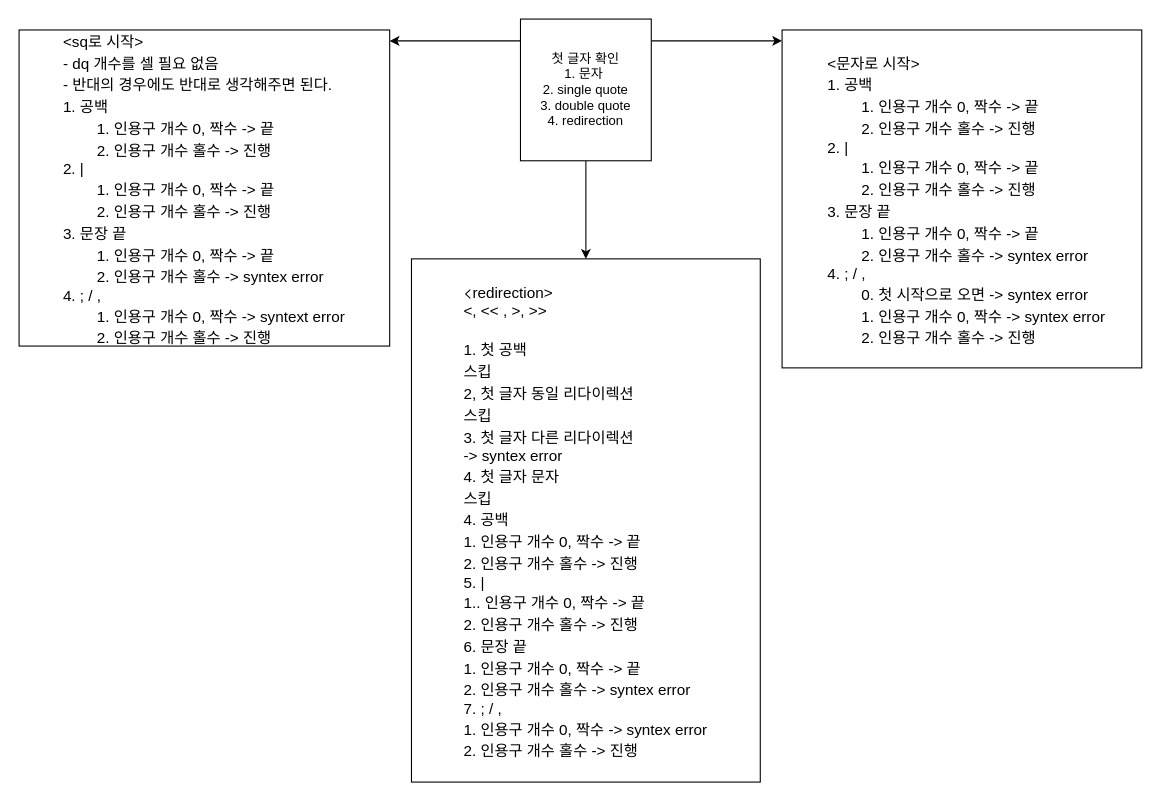
This is page "chunk 작업 방식" (3 of 3) of Minishell.drawio from Eingerjar/Minishell, a draw.io file, before an edit. Source tidied: cells renumbered, new cells numbered last; positions are measured from the earlier drawing's top-left corner, leaving out a move shared by most shapes. Both pictures are drawn from the tidied source at 109%, with x=0, y=0 at pixel (19, 19).
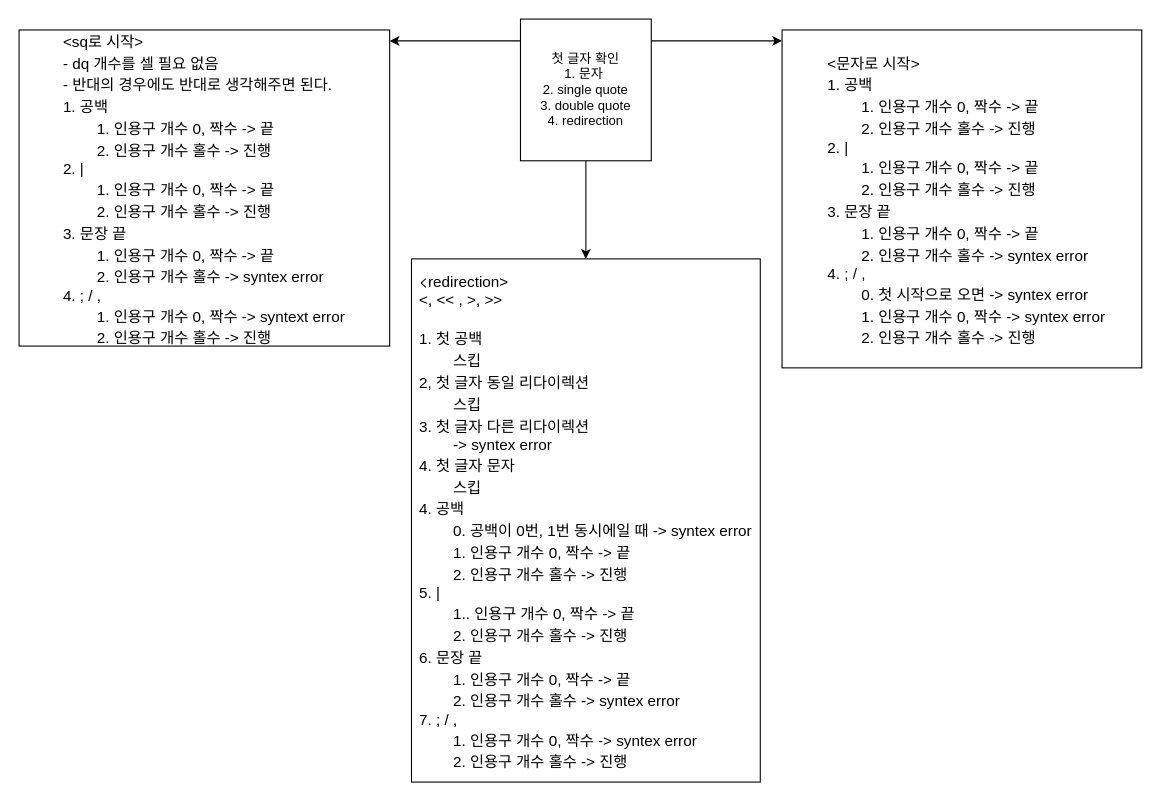
The same diagram, later.

Commit message (it also covers changes not shown here):
<Update list> 1. Add welchs front and clear screen feature. 2. Build parse error check (80%)

What changed in the source:
```diff
@@
-    <mxCell id="8" value="&lt;p style=&quot;margin: 0px; font-variant-numeric: normal; font-variant-east-asian: normal; font-stretch: normal; font-size: 14px; line-height: normal; font-family: &amp;quot;Apple SD Gothic Neo&amp;quot;; text-align: start;&quot; class=&quot;p1&quot;&gt;&lt;span style=&quot;font-variant-numeric: normal; font-variant-east-asian: normal; font-stretch: normal; line-height: normal; font-family: &amp;quot;Helvetica Neue&amp;quot;;&quot; class=&quot;s1&quot;&gt;&amp;lt;&lt;/span&gt;redirection&amp;gt;&lt;/p&gt;&lt;p style=&quot;margin: 0px; font-variant-numeric: normal; font-variant-east-asian: normal; font-stretch: normal; font-size: 14px; line-height: normal; font-family: &amp;quot;Apple SD Gothic Neo&amp;quot;; text-align: start;&quot; class=&quot;p1&quot;&gt;&amp;lt;, &amp;lt;&amp;lt; , &amp;gt;, &amp;gt;&amp;gt;&lt;/p&gt;&lt;p style=&quot;margin: 0px; font-variant-numeric: normal; font-variant-east-asian: normal; font-stretch: normal; font-size: 14px; line-height: normal; font-family: &amp;quot;Apple SD Gothic Neo&amp;quot;; min-height: 17px; text-align: start;&quot; class=&quot;p2&quot;&gt;&lt;br&gt;&lt;/p&gt;&lt;p style=&quot;margin: 0px; font-variant-numeric: normal; font-variant-east-asian: normal; font-stretch: normal; font-size: 14px; line-height: normal; font-family: &amp;quot;Apple SD Gothic Neo&amp;quot;; text-align: start;&quot; class=&quot;p1&quot;&gt;1. 첫 공백&lt;/p&gt;&lt;p style=&quot;margin: 0px; font-variant-numeric: normal; font-variant-east-asian: normal; font-stretch: normal; font-size: 14px; line-height: normal; font-family: &amp;quot;Apple SD Gothic Neo&amp;quot;; text-align: start;&quot; class=&quot;p1&quot;&gt;&lt;span style=&quot;&quot; class=&quot;Apple-tab-span&quot;&gt;&#9;&lt;/span&gt;스킵&lt;/p&gt;&lt;p style=&quot;margin: 0px; font-variant-numeric: normal; font-variant-east-asian: normal; font-stretch: normal; font-size: 14px; line-height: normal; font-family: &amp;quot;Apple SD Gothic Neo&amp;quot;; text-align: start;&quot; class=&quot;p1&quot;&gt;2, 첫 글자 동일 리다이렉션&lt;span class=&quot;Apple-converted-space&quot;&gt;&amp;nbsp;&lt;/span&gt;&lt;/p&gt;&lt;p style=&quot;margin: 0px; font-variant-numeric: normal; font-variant-east-asian: normal; font-stretch: normal; font-size: 14px; line-height: normal; font-family: &amp;quot;Apple SD Gothic Neo&amp;quot;; text-align: start;&quot; class=&quot;p1&quot;&gt;&lt;span style=&quot;&quot; class=&quot;Apple-tab-span&quot;&gt;&#9;&lt;/span&gt;스킵&lt;span class=&quot;Apple-converted-space&quot;&gt;&amp;nbsp;&lt;/span&gt;&lt;/p&gt;&lt;p style=&quot;margin: 0px; font-variant-numeric: normal; font-variant-east-asian: normal; font-stretch: normal; font-size: 14px; line-height: normal; font-family: &amp;quot;Apple SD Gothic Neo&amp;quot;; text-align: start;&quot; class=&quot;p1&quot;&gt;3. 첫 글자 다른 리다이렉션&lt;span class=&quot;Apple-converted-space&quot;&gt;&amp;nbsp;&lt;/span&gt;&lt;/p&gt;&lt;p style=&quot;margin: 0px; font-variant-numeric: normal; font-variant-east-asian: normal; font-stretch: normal; font-size: 14px; line-height: normal; font-family: &amp;quot;Apple SD Gothic Neo&amp;quot;; text-align: start;&quot; class=&quot;p1&quot;&gt;&lt;span style=&quot;&quot; class=&quot;Apple-tab-span&quot;&gt;&#9;&lt;/span&gt;-&amp;gt; syntex error&lt;/p&gt;&lt;p style=&quot;margin: 0px; font-variant-numeric: normal; font-variant-east-asian: normal; font-stretch: normal; font-size: 14px; line-height: normal; font-family: &amp;quot;Apple SD Gothic Neo&amp;quot;; text-align: start;&quot; class=&quot;p1&quot;&gt;4. 첫 글자 문자&lt;/p&gt;&lt;p style=&quot;margin: 0px; font-variant-numeric: normal; font-variant-east-asian: normal; font-stretch: normal; font-size: 14px; line-height: normal; font-family: &amp;quot;Apple SD Gothic Neo&amp;quot;; text-align: start;&quot; class=&quot;p1&quot;&gt;&lt;span style=&quot;&quot; class=&quot;Apple-tab-span&quot;&gt;&#9;&lt;/span&gt;스킵&lt;/p&gt;&lt;p style=&quot;margin: 0px; font-variant-numeric: normal; font-variant-east-asian: normal; font-stretch: normal; font-size: 14px; line-height: normal; font-family: &amp;quot;Apple SD Gothic Neo&amp;quot;; text-align: start;&quot; class=&quot;p1&quot;&gt;4. 공백&lt;span class=&quot;Apple-converted-space&quot;&gt;&amp;nbsp;&lt;/span&gt;&lt;/p&gt;&lt;p style=&quot;margin: 0px; font-variant-numeric: normal; font-variant-east-asian: normal; font-stretch: normal; font-size: 14px; line-height: normal; font-family: &amp;quot;Apple SD Gothic Neo&amp;quot;; text-align: start;&quot; class=&quot;p1&quot;&gt;&lt;span style=&quot;&quot; class=&quot;Apple-tab-span&quot;&gt;&#9;&lt;/span&gt;1. 인용구 개수 0, 짝수 -&amp;gt; 끝&lt;span class=&quot;Apple-converted-space&quot;&gt;&amp;nbsp;&lt;/span&gt;&lt;/p&gt;&lt;p style=&quot;margin: 0px; font-variant-numeric: normal; font-variant-east-asian: normal; font-stretch: normal; font-size: 14px; line-height: normal; font-family: &amp;quot;Apple SD Gothic Neo&amp;quot;; text-align: start;&quot; class=&quot;p1&quot;&gt;&lt;span style=&quot;&quot; class=&quot;Apple-tab-span&quot;&gt;&#9;&lt;/span&gt;2. 인용구 개수 홀수 -&amp;gt; 진행&lt;/p&gt;&lt;p style=&quot;margin: 0px; font-variant-numeric: normal; font-variant-east-asian: normal; font-stretch: normal; font-size: 14px; line-height: normal; font-family: &amp;quot;Apple SD Gothic Neo&amp;quot;; text-align: start;&quot; class=&quot;p1&quot;&gt;5. |&lt;/p&gt;&lt;p style=&quot;margin: 0px; font-variant-numeric: normal; font-variant-east-asian: normal; font-stretch: normal; font-size: 14px; line-height: normal; font-family: &amp;quot;Apple SD Gothic Neo&amp;quot;; text-align: start;&quot; class=&quot;p1&quot;&gt;&lt;span style=&quot;&quot; class=&quot;Apple-tab-span&quot;&gt;&#9;&lt;/span&gt;1.. 인용구 개수 0, 짝수 -&amp;gt; 끝&lt;/p&gt;&lt;p style=&quot;margin: 0px; font-variant-numeric: normal; font-variant-east-asian: normal; font-stretch: normal; font-size: 14px; line-height: normal; font-family: &amp;quot;Apple SD Gothic Neo&amp;quot;; text-align: start;&quot; class=&quot;p1&quot;&gt;&lt;span style=&quot;&quot; class=&quot;Apple-tab-span&quot;&gt;&#9;&lt;/span&gt;2. 인용구 개수 홀수 -&amp;gt; 진행&lt;span class=&quot;Apple-converted-space&quot;&gt;&amp;nbsp;&lt;/span&gt;&lt;/p&gt;&lt;p style=&quot;margin: 0px; font-variant-numeric: normal; font-variant-east-asian: normal; font-stretch: normal; font-size: 14px; line-height: normal; font-family: &amp;quot;Apple SD Gothic Neo&amp;quot;; text-align: start;&quot; class=&quot;p1&quot;&gt;6. 문장 끝&lt;span class=&quot;Apple-converted-space&quot;&gt;&amp;nbsp;&lt;/span&gt;&lt;/p&gt;&lt;p style=&quot;margin: 0px; font-variant-numeric: normal; font-variant-east-asian: normal; font-stretch: normal; font-size: 14px; line-height: normal; font-family: &amp;quot;Apple SD Gothic Neo&amp;quot;; text-align: start;&quot; class=&quot;p1&quot;&gt;&lt;span style=&quot;&quot; class=&quot;Apple-tab-span&quot;&gt;&#9;&lt;/span&gt;1. 인용구 개수 0, 짝수 -&amp;gt; 끝&lt;/p&gt;&lt;p style=&quot;margin: 0px; font-variant-numeric: normal; font-variant-east-asian: normal; font-stretch: normal; font-size: 14px; line-height: normal; font-family: &amp;quot;Apple SD Gothic Neo&amp;quot;; text-align: start;&quot; class=&quot;p1&quot;&gt;&lt;span style=&quot;&quot; class=&quot;Apple-tab-span&quot;&gt;&#9;&lt;/span&gt;2. 인용구 개수 홀수 -&amp;gt; syntex error&lt;/p&gt;&lt;p style=&quot;margin: 0px; font-variant-numeric: normal; font-variant-east-asian: normal; font-stretch: normal; font-size: 14px; line-height: normal; font-family: &amp;quot;Apple SD Gothic Neo&amp;quot;; text-align: start;&quot; class=&quot;p1&quot;&gt;7. ; / ,&lt;/p&gt;&lt;p style=&quot;margin: 0px; font-variant-numeric: normal; font-variant-east-asian: normal; font-stretch: normal; font-size: 14px; line-height: normal; font-family: &amp;quot;Apple SD Gothic Neo&amp;quot;; text-align: start;&quot; class=&quot;p1&quot;&gt;&lt;span style=&quot;&quot; class=&quot;Apple-tab-span&quot;&gt;&#9;&lt;/span&gt;1. 인용구 개수 0, 짝수 -&amp;gt; syntex error&lt;/p&gt;&lt;p style=&quot;margin: 0px; font-variant-numeric: normal; font-variant-east-asian: normal; font-stretch: normal; font-size: 14px; line-height: normal; font-family: &amp;quot;Apple SD Gothic Neo&amp;quot;; text-align: start;&quot; class=&quot;p1&quot;&gt;&lt;span style=&quot;&quot; class=&quot;Apple-tab-span&quot;&gt;&#9;&lt;/span&gt;2. 인용구 개수 홀수 -&amp;gt; 진행&lt;/p&gt;" style="rounded=0;whiteSpace=wrap;html=1;" parent="1" vertex="1">
+    <mxCell id="8" value="&lt;p style=&quot;margin: 0px; font-variant-numeric: normal; font-variant-east-asian: normal; font-stretch: normal; font-size: 14px; line-height: normal; font-family: &amp;quot;Apple SD Gothic Neo&amp;quot;; text-align: start;&quot; class=&quot;p1&quot;&gt;&lt;span style=&quot;font-variant-numeric: normal; font-variant-east-asian: normal; font-stretch: normal; line-height: normal; font-family: &amp;quot;Helvetica Neue&amp;quot;;&quot; class=&quot;s1&quot;&gt;&amp;lt;&lt;/span&gt;redirection&amp;gt;&lt;/p&gt;&lt;p style=&quot;margin: 0px; font-variant-numeric: normal; font-variant-east-asian: normal; font-stretch: normal; font-size: 14px; line-height: normal; font-family: &amp;quot;Apple SD Gothic Neo&amp;quot;; text-align: start;&quot; class=&quot;p1&quot;&gt;&amp;lt;, &amp;lt;&amp;lt; , &amp;gt;, &amp;gt;&amp;gt;&lt;/p&gt;&lt;p style=&quot;margin: 0px; font-variant-numeric: normal; font-variant-east-asian: normal; font-stretch: normal; font-size: 14px; line-height: normal; font-family: &amp;quot;Apple SD Gothic Neo&amp;quot;; min-height: 17px; text-align: start;&quot; class=&quot;p2&quot;&gt;&lt;br&gt;&lt;/p&gt;&lt;p style=&quot;margin: 0px; font-variant-numeric: normal; font-variant-east-asian: normal; font-stretch: normal; font-size: 14px; line-height: normal; font-family: &amp;quot;Apple SD Gothic Neo&amp;quot;; text-align: start;&quot; class=&quot;p1&quot;&gt;1. 첫 공백&lt;/p&gt;&lt;p style=&quot;margin: 0px; font-variant-numeric: normal; font-variant-east-asian: normal; font-stretch: normal; font-size: 14px; line-height: normal; font-family: &amp;quot;Apple SD Gothic Neo&amp;quot;; text-align: start;&quot; class=&quot;p1&quot;&gt;&lt;span style=&quot;&quot; class=&quot;Apple-tab-span&quot;&gt;&#9;&lt;/span&gt;&lt;span style=&quot;white-space: pre;&quot;&gt;&#9;&lt;/span&gt;스킵&lt;/p&gt;&lt;p style=&quot;margin: 0px; font-variant-numeric: normal; font-variant-east-asian: normal; font-stretch: normal; font-size: 14px; line-height: normal; font-family: &amp;quot;Apple SD Gothic Neo&amp;quot;; text-align: start;&quot; class=&quot;p1&quot;&gt;2, 첫 글자 동일 리다이렉션&lt;span class=&quot;Apple-converted-space&quot;&gt;&amp;nbsp;&lt;/span&gt;&lt;/p&gt;&lt;p style=&quot;margin: 0px; font-variant-numeric: normal; font-variant-east-asian: normal; font-stretch: normal; font-size: 14px; line-height: normal; font-family: &amp;quot;Apple SD Gothic Neo&amp;quot;; text-align: start;&quot; class=&quot;p1&quot;&gt;&lt;span style=&quot;&quot; class=&quot;Apple-tab-span&quot;&gt;&#9;&lt;/span&gt;&lt;span style=&quot;white-space: pre;&quot;&gt;&#9;&lt;/span&gt;스킵&lt;span class=&quot;Apple-converted-space&quot;&gt;&amp;nbsp;&lt;/span&gt;&lt;/p&gt;&lt;p style=&quot;margin: 0px; font-variant-numeric: normal; font-variant-east-asian: normal; font-stretch: normal; font-size: 14px; line-height: normal; font-family: &amp;quot;Apple SD Gothic Neo&amp;quot;; text-align: start;&quot; class=&quot;p1&quot;&gt;3. 첫 글자 다른 리다이렉션&lt;span class=&quot;Apple-converted-space&quot;&gt;&amp;nbsp;&lt;/span&gt;&lt;/p&gt;&lt;p style=&quot;margin: 0px; font-variant-numeric: normal; font-variant-east-asian: normal; font-stretch: normal; font-size: 14px; line-height: normal; font-family: &amp;quot;Apple SD Gothic Neo&amp;quot;; text-align: start;&quot; class=&quot;p1&quot;&gt;&lt;span style=&quot;&quot; class=&quot;Apple-tab-span&quot;&gt;&#9;&lt;/span&gt;&lt;span style=&quot;white-space: pre;&quot;&gt;&#9;&lt;/span&gt;-&amp;gt; syntex error&lt;/p&gt;&lt;p style=&quot;margin: 0px; font-variant-numeric: normal; font-variant-east-asian: normal; font-stretch: normal; font-size: 14px; line-height: normal; font-family: &amp;quot;Apple SD Gothic Neo&amp;quot;; text-align: start;&quot; class=&quot;p1&quot;&gt;4. 첫 글자 문자&lt;/p&gt;&lt;p style=&quot;margin: 0px; font-variant-numeric: normal; font-variant-east-asian: normal; font-stretch: normal; font-size: 14px; line-height: normal; font-family: &amp;quot;Apple SD Gothic Neo&amp;quot;; text-align: start;&quot; class=&quot;p1&quot;&gt;&lt;span style=&quot;&quot; class=&quot;Apple-tab-span&quot;&gt;&#9;&lt;/span&gt;&lt;span style=&quot;white-space: pre;&quot;&gt;&#9;&lt;/span&gt;스킵&lt;/p&gt;&lt;p style=&quot;margin: 0px; font-variant-numeric: normal; font-variant-east-asian: normal; font-stretch: normal; font-size: 14px; line-height: normal; font-family: &amp;quot;Apple SD Gothic Neo&amp;quot;; text-align: start;&quot; class=&quot;p1&quot;&gt;4. 공백&lt;span class=&quot;Apple-converted-space&quot;&gt;&amp;nbsp;&lt;/span&gt;&lt;/p&gt;&lt;p style=&quot;margin: 0px; font-variant-numeric: normal; font-variant-east-asian: normal; font-stretch: normal; font-size: 14px; line-height: normal; font-family: &amp;quot;Apple SD Gothic Neo&amp;quot;; text-align: start;&quot; class=&quot;p1&quot;&gt;&lt;span class=&quot;Apple-converted-space&quot;&gt;&lt;span style=&quot;white-space: pre;&quot;&gt;&#9;&lt;/span&gt;0. 공백이 0번, 1번 동시에일 때 -&amp;gt; syntex error&lt;br&gt;&lt;/span&gt;&lt;/p&gt;&lt;p style=&quot;margin: 0px; font-variant-numeric: normal; font-variant-east-asian: normal; font-stretch: normal; font-size: 14px; line-height: normal; font-family: &amp;quot;Apple SD Gothic Neo&amp;quot;; text-align: start;&quot; class=&quot;p1&quot;&gt;&lt;span style=&quot;&quot; class=&quot;Apple-tab-span&quot;&gt;&#9;&lt;/span&gt;&lt;span style=&quot;white-space: pre;&quot;&gt;&#9;&lt;/span&gt;1. 인용구 개수 0, 짝수 -&amp;gt; 끝&lt;span class=&quot;Apple-converted-space&quot;&gt;&amp;nbsp;&lt;/span&gt;&lt;/p&gt;&lt;p style=&quot;margin: 0px; font-variant-numeric: normal; font-variant-east-asian: normal; font-stretch: normal; font-size: 14px; line-height: normal; font-family: &amp;quot;Apple SD Gothic Neo&amp;quot;; text-align: start;&quot; class=&quot;p1&quot;&gt;&lt;span style=&quot;&quot; class=&quot;Apple-tab-span&quot;&gt;&#9;&lt;/span&gt;&lt;span style=&quot;white-space: pre;&quot;&gt;&#9;&lt;/span&gt;2. 인용구 개수 홀수 -&amp;gt; 진행&lt;/p&gt;&lt;p style=&quot;margin: 0px; font-variant-numeric: normal; font-variant-east-asian: normal; font-stretch: normal; font-size: 14px; line-height: normal; font-family: &amp;quot;Apple SD Gothic Neo&amp;quot;; text-align: start;&quot; class=&quot;p1&quot;&gt;5. |&lt;/p&gt;&lt;p style=&quot;margin: 0px; font-variant-numeric: normal; font-variant-east-asian: normal; font-stretch: normal; font-size: 14px; line-height: normal; font-family: &amp;quot;Apple SD Gothic Neo&amp;quot;; text-align: start;&quot; class=&quot;p1&quot;&gt;&lt;span style=&quot;&quot; class=&quot;Apple-tab-span&quot;&gt;&#9;&lt;/span&gt;&lt;span style=&quot;white-space: pre;&quot;&gt;&#9;&lt;/span&gt;1.. 인용구 개수 0, 짝수 -&amp;gt; 끝&lt;/p&gt;&lt;p style=&quot;margin: 0px; font-variant-numeric: normal; font-variant-east-asian: normal; font-stretch: normal; font-size: 14px; line-height: normal; font-family: &amp;quot;Apple SD Gothic Neo&amp;quot;; text-align: start;&quot; class=&quot;p1&quot;&gt;&lt;span style=&quot;&quot; class=&quot;Apple-tab-span&quot;&gt;&#9;&lt;/span&gt;&lt;span style=&quot;white-space: pre;&quot;&gt;&#9;&lt;/span&gt;2. 인용구 개수 홀수 -&amp;gt; 진행&lt;span class=&quot;Apple-converted-space&quot;&gt;&amp;nbsp;&lt;/span&gt;&lt;/p&gt;&lt;p style=&quot;margin: 0px; font-variant-numeric: normal; font-variant-east-asian: normal; font-stretch: normal; font-size: 14px; line-height: normal; font-family: &amp;quot;Apple SD Gothic Neo&amp;quot;; text-align: start;&quot; class=&quot;p1&quot;&gt;6. 문장 끝&lt;span class=&quot;Apple-converted-space&quot;&gt;&amp;nbsp;&lt;/span&gt;&lt;/p&gt;&lt;p style=&quot;margin: 0px; font-variant-numeric: normal; font-variant-east-asian: normal; font-stretch: normal; font-size: 14px; line-height: normal; font-family: &amp;quot;Apple SD Gothic Neo&amp;quot;; text-align: start;&quot; class=&quot;p1&quot;&gt;&lt;span style=&quot;&quot; class=&quot;Apple-tab-span&quot;&gt;&#9;&lt;/span&gt;&lt;span style=&quot;white-space: pre;&quot;&gt;&#9;&lt;/span&gt;1. 인용구 개수 0, 짝수 -&amp;gt; 끝&lt;/p&gt;&lt;p style=&quot;margin: 0px; font-variant-numeric: normal; font-variant-east-asian: normal; font-stretch: normal; font-size: 14px; line-height: normal; font-family: &amp;quot;Apple SD Gothic Neo&amp;quot;; text-align: start;&quot; class=&quot;p1&quot;&gt;&lt;span style=&quot;&quot; class=&quot;Apple-tab-span&quot;&gt;&#9;&lt;/span&gt;&lt;span style=&quot;white-space: pre;&quot;&gt;&#9;&lt;/span&gt;2. 인용구 개수 홀수 -&amp;gt; syntex error&lt;/p&gt;&lt;p style=&quot;margin: 0px; font-variant-numeric: normal; font-variant-east-asian: normal; font-stretch: normal; font-size: 14px; line-height: normal; font-family: &amp;quot;Apple SD Gothic Neo&amp;quot;; text-align: start;&quot; class=&quot;p1&quot;&gt;7. ; / ,&lt;/p&gt;&lt;p style=&quot;margin: 0px; font-variant-numeric: normal; font-variant-east-asian: normal; font-stretch: normal; font-size: 14px; line-height: normal; font-family: &amp;quot;Apple SD Gothic Neo&amp;quot;; text-align: start;&quot; class=&quot;p1&quot;&gt;&lt;span style=&quot;&quot; class=&quot;Apple-tab-span&quot;&gt;&#9;&lt;/span&gt;&lt;span style=&quot;white-space: pre;&quot;&gt;&#9;&lt;/span&gt;1. 인용구 개수 0, 짝수 -&amp;gt; syntex error&lt;/p&gt;&lt;p style=&quot;margin: 0px; font-variant-numeric: normal; font-variant-east-asian: normal; font-stretch: normal; font-size: 14px; line-height: normal; font-family: &amp;quot;Apple SD Gothic Neo&amp;quot;; text-align: start;&quot; class=&quot;p1&quot;&gt;&lt;span style=&quot;&quot; class=&quot;Apple-tab-span&quot;&gt;&#9;&lt;/span&gt;&lt;span style=&quot;white-space: pre;&quot;&gt;&#9;&lt;/span&gt;2. 인용구 개수 홀수 -&amp;gt; 진행&lt;/p&gt;" style="rounded=0;whiteSpace=wrap;html=1;" parent="1" vertex="1">
       <mxGeometry x="360" y="220" width="320" height="480" as="geometry" />
     </mxCell>
```
